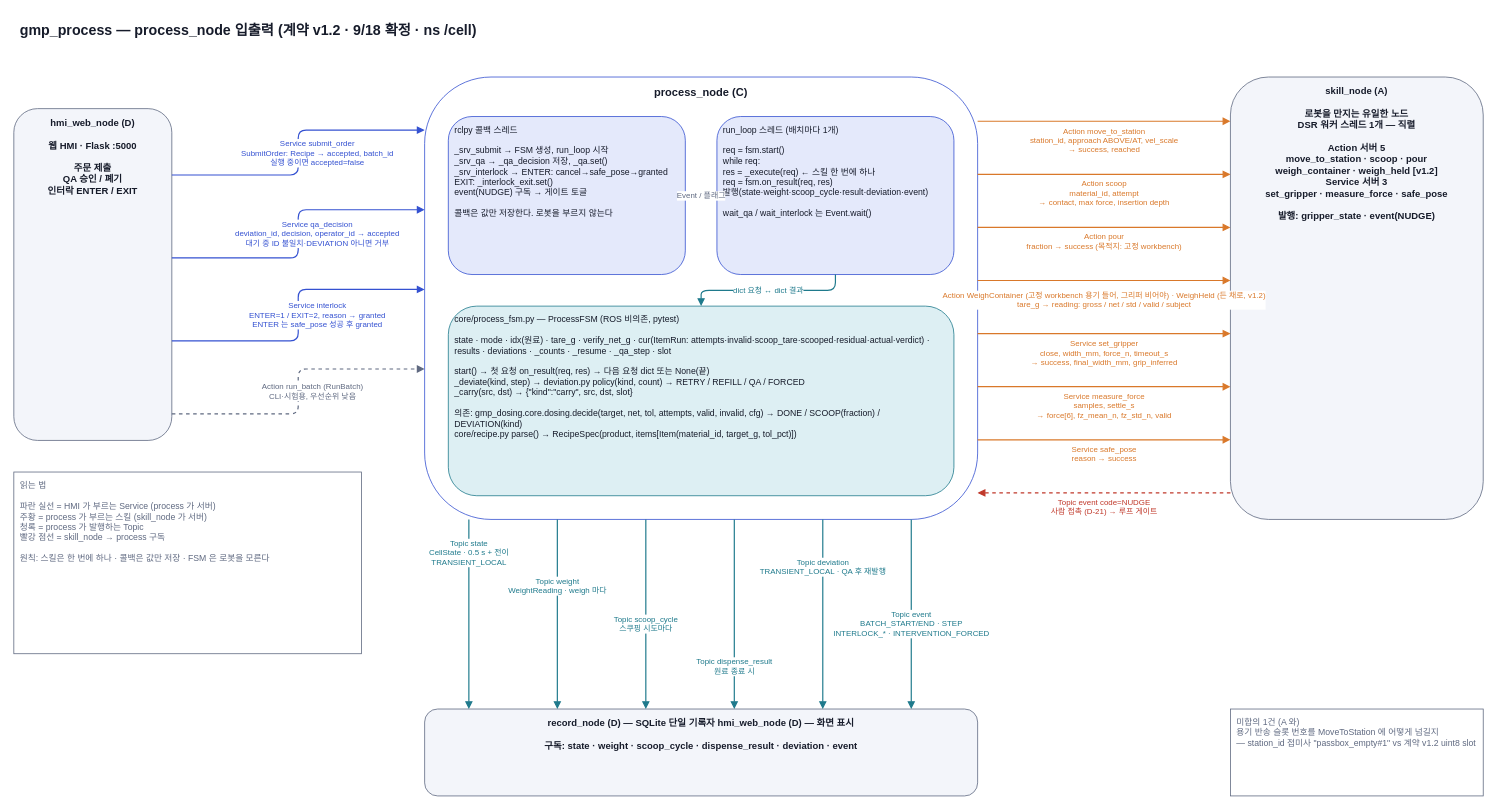
The draw.io diagram page "1 노드 입출력" (1 of 4) of docs/diagrams/process_flow.drawio in Jik-Kim/auto-pharmacist, before the edit. Source tidied: cells renumbered, new cells numbered last; positions are measured from the earlier drawing's top-left corner, leaving out a move shared by most shapes. Both pictures are drawn from the tidied source at 79%, with x=0, y=0 at pixel (13, 13).
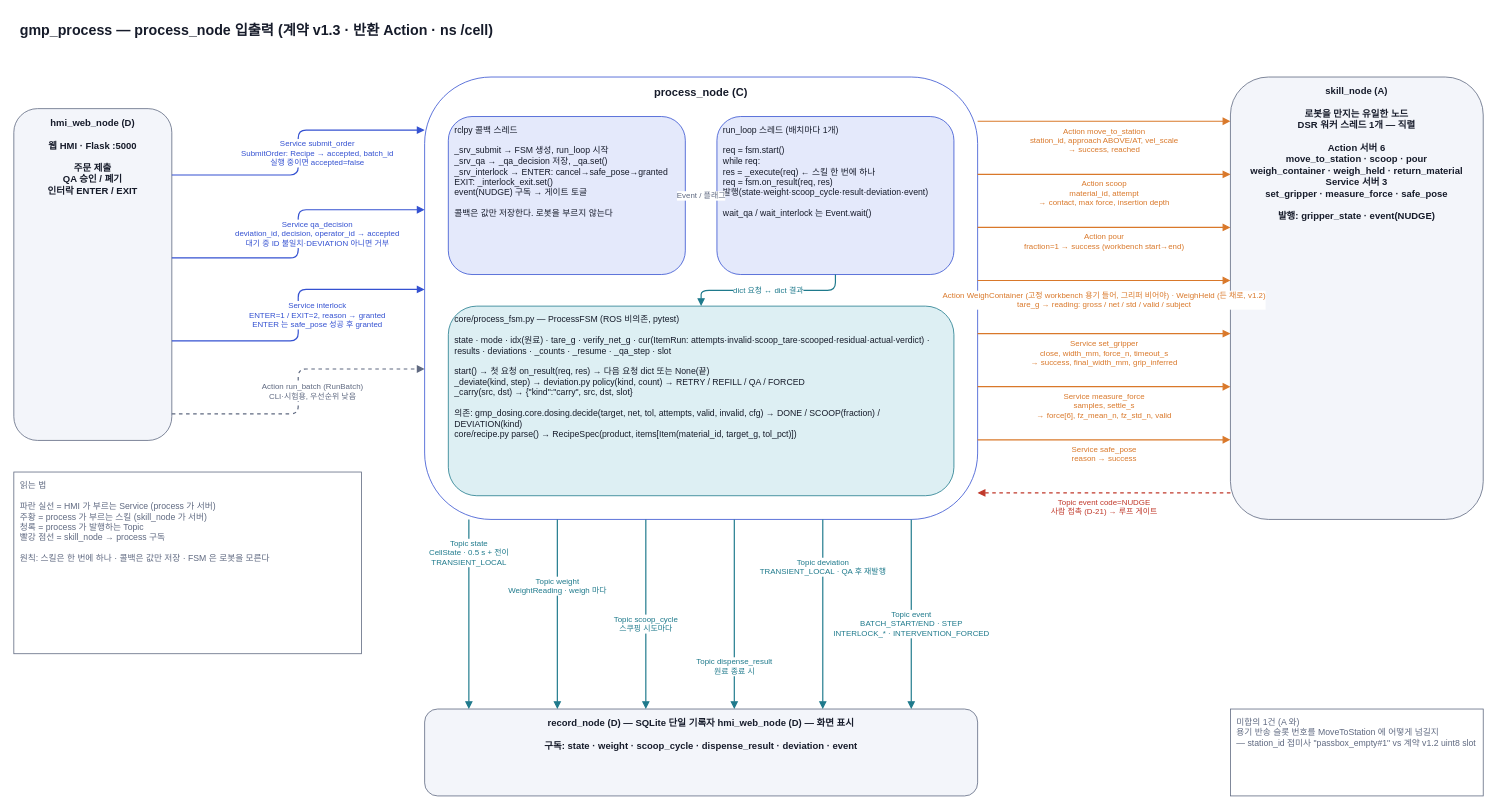
The same diagram, later.

Unchanged cells that the change refers to:
```xml
<mxCell id="4" value="process_node (C)" style="rounded=1;whiteSpace=wrap;html=1;fillColor=#FFFFFF;strokeColor=#3451D1;fontColor=#161B2A;fontSize=14;align=center;verticalAlign=top;spacingTop=4;spacingLeft=6;spacingRight=6;fontStyle=1;" parent="1" vertex="1">
  <mxGeometry x="520" y="80" width="700" height="560" as="geometry" />
</mxCell>
```

Change to the diagram source:
```diff
@@
-    <mxCell id="2" value="gmp_process — process_node 입출력 (계약 v1.2 · 9/18 확정 · ns /cell)" style="rounded=1;whiteSpace=wrap;html=1;fillColor=#FFFFFF;strokeColor=none;fontColor=#161B2A;fontSize=18;align=left;verticalAlign=top;spacingTop=4;spacingLeft=6;spacingRight=6;fontStyle=1;" parent="1" vertex="1">
+    <mxCell id="2" value="gmp_process — process_node 입출력 (계약 v1.3 · 반환 Action · ns /cell)" style="rounded=1;whiteSpace=wrap;html=1;fillColor=#FFFFFF;strokeColor=none;fontColor=#161B2A;fontSize=18;align=left;verticalAlign=top;spacingTop=4;spacingLeft=6;spacingRight=6;fontStyle=1;" parent="1" vertex="1">
       <mxGeometry width="1860" height="40" as="geometry" />
     </mxCell>
@@
-    <mxCell id="10" value="skill_node (A)&lt;br&gt;&lt;br&gt;로봇을 만지는 유일한 노드&lt;br&gt;DSR 워커 스레드 1개 — 직렬&lt;br&gt;&lt;br&gt;Action 서버 5&lt;br&gt;  move_to_station · scoop · pour&lt;br&gt;  weigh_container · weigh_held [v1.2]&lt;br&gt;Service 서버 3&lt;br&gt;  set_gripper · measure_force · safe_pose&lt;br&gt;&lt;br&gt;발행: gripper_state · event(NUDGE)" style="rounded=1;whiteSpace=wrap;html=1;fillColor=#F3F5FA;strokeColor=#5F6980;fontColor=#161B2A;fontSize=12;align=center;verticalAlign=top;spacingTop=4;spacingLeft=6;spacingRight=6;fontStyle=1;" parent="1" vertex="1">
+    <mxCell id="10" value="skill_node (A)&lt;br&gt;&lt;br&gt;로봇을 만지는 유일한 노드&lt;br&gt;DSR 워커 스레드 1개 — 직렬&lt;br&gt;&lt;br&gt;Action 서버 6&lt;br&gt;  move_to_station · scoop · pour&lt;br&gt;  weigh_container · weigh_held · return_material&lt;br&gt;Service 서버 3&lt;br&gt;  set_gripper · measure_force · safe_pose&lt;br&gt;&lt;br&gt;발행: gripper_state · event(NUDGE)" style="rounded=1;whiteSpace=wrap;html=1;fillColor=#F3F5FA;strokeColor=#5F6980;fontColor=#161B2A;fontSize=12;align=center;verticalAlign=top;spacingTop=4;spacingLeft=6;spacingRight=6;fontStyle=1;" parent="1" vertex="1">
       <mxGeometry x="1540" y="80" width="320" height="560" as="geometry" />
     </mxCell>
@@
-    <mxCell id="18" value="Action pour&lt;br&gt;fraction → success (목적지: 고정 workbench)" style="edgeStyle=orthogonalEdgeStyle;rounded=1;html=1;endArrow=block;endFill=1;strokeColor=#D9782A;strokeWidth=1.5;fontColor=#D9782A;fontSize=10;labelBackgroundColor=#FFFFFF;exitX=1;exitY=0.34;exitDx=0;exitDy=0;entryX=0;entryY=0.34;entryDx=0;entryDy=0;" parent="1" edge="1" source="4" target="10">
+    <mxCell id="18" value="Action pour&lt;br&gt;fraction=1 → success (workbench start→end)" style="edgeStyle=orthogonalEdgeStyle;rounded=1;html=1;endArrow=block;endFill=1;strokeColor=#D9782A;strokeWidth=1.5;fontColor=#D9782A;fontSize=10;labelBackgroundColor=#FFFFFF;exitX=1;exitY=0.34;exitDx=0;exitDy=0;entryX=0;entryY=0.34;entryDx=0;entryDy=0;" parent="1" edge="1" source="4" target="10">
       <mxGeometry y="-18" relative="1" as="geometry" />
     </mxCell>
```
